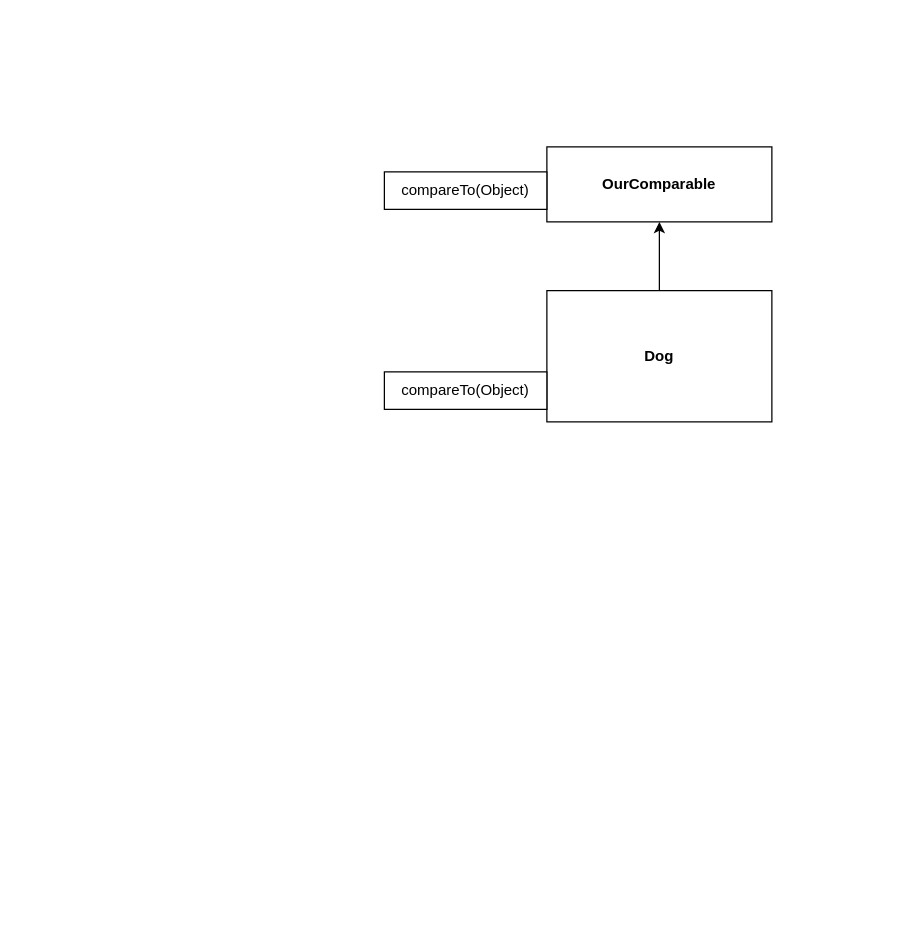
f2xiao/Java-learning keeps this draw.io diagram as Basics/Untitled Diagram.drawio. Above is the earlier version. Source tidied: cells renumbered, new cells numbered last; positions are measured from the earlier drawing's top-left corner, leaving out a move shared by most shapes. Both pictures are drawn from the tidied source at 125%, with x=0, y=0 at pixel (384, 146).
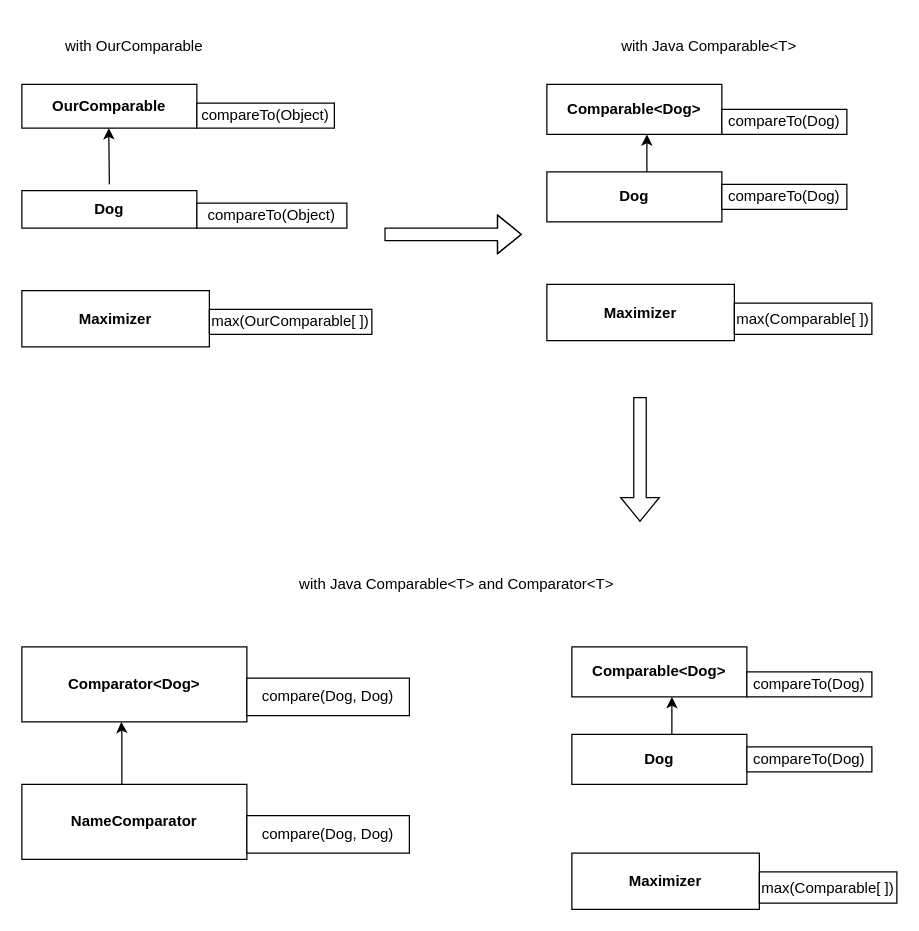
The same page after the edit.

Change to the diagram source:
```diff
@@
     <mxCell id="2" value="&lt;b&gt;OurComparable&lt;/b&gt;" style="rounded=0;whiteSpace=wrap;html=1;" parent="1" vertex="1">
-      <mxGeometry x="130" width="180" height="60" as="geometry" />
+      <mxGeometry x="-290" y="-50" width="140" height="35" as="geometry" />
     </mxCell>
     <mxCell id="3" value="&lt;span style=&quot;text-align: left&quot;&gt;compareTo(Object)&lt;/span&gt;" style="rounded=0;whiteSpace=wrap;html=1;" parent="1" vertex="1">
-      <mxGeometry y="20" width="130" height="30" as="geometry" />
+      <mxGeometry x="-150" y="-35" width="110" height="20" as="geometry" />
     </mxCell>
     <mxCell id="4" value="&lt;b&gt;Dog&lt;/b&gt;" style="rounded=0;whiteSpace=wrap;html=1;" parent="1" vertex="1">
-      <mxGeometry x="130" y="115" width="180" height="105" as="geometry" />
+      <mxGeometry x="130" y="20" width="140" height="40" as="geometry" />
     </mxCell>
-    <mxCell id="5" value="&lt;span style=&quot;text-align: left&quot;&gt;compareTo(Object)&lt;/span&gt;" style="rounded=0;whiteSpace=wrap;html=1;" parent="1" vertex="1">
-      <mxGeometry y="180" width="130" height="30" as="geometry" />
+    <mxCell id="5" value="&lt;span style=&quot;text-align: left&quot;&gt;compareTo(Dog)&lt;/span&gt;" style="rounded=0;whiteSpace=wrap;html=1;" parent="1" vertex="1">
+      <mxGeometry x="270" y="30" width="100" height="20" as="geometry" />
     </mxCell>
-    <mxCell id="6" style="endArrow=classic;html=1;rounded=0;entryX=0.5;entryY=1;entryDx=0;entryDy=0;exitX=0.5;exitY=0;exitDx=0;exitDy=0;" parent="1" edge="1" source="4" target="2">
-      <mxGeometry relative="1" as="geometry" />
-    </mxCell>
+    <mxCell id="7" value="&lt;b&gt;Comparable&amp;lt;Dog&amp;gt;&lt;/b&gt;" style="rounded=0;whiteSpace=wrap;html=1;" parent="1" vertex="1">
+      <mxGeometry x="130" y="-50" width="140" height="40" as="geometry" />
+    </mxCell>
+    <mxCell id="8" value="&lt;span style=&quot;text-align: left&quot;&gt;compareTo(Dog)&lt;/span&gt;" style="rounded=0;whiteSpace=wrap;html=1;" parent="1" vertex="1">
+      <mxGeometry x="270" y="-30" width="100" height="20" as="geometry" />
+    </mxCell>
+    <mxCell id="9" value="&lt;b&gt;Dog&lt;/b&gt;" style="rounded=0;whiteSpace=wrap;html=1;" parent="1" vertex="1">
+      <mxGeometry x="-290" y="35" width="140" height="30" as="geometry" />
+    </mxCell>
+    <mxCell id="10" value="&lt;span style=&quot;text-align: left&quot;&gt;compareTo(Object)&lt;/span&gt;" style="rounded=0;whiteSpace=wrap;html=1;" parent="1" vertex="1">
+      <mxGeometry x="-150" y="45" width="120" height="20" as="geometry" />
+    </mxCell>
+    <mxCell id="11" style="endArrow=classic;html=1;rounded=0;" parent="1" edge="1">
+      <mxGeometry relative="1" as="geometry">
+        <mxPoint x="-220" y="30" as="sourcePoint" />
+        <mxPoint x="-220.5" y="-15" as="targetPoint" />
+        <Array as="points">
+          <mxPoint x="-220.5" y="30" />
+        </Array>
+      </mxGeometry>
+    </mxCell>
+    <mxCell id="12" style="shape=flexArrow;endArrow=classic;html=1;rounded=0;" parent="1" edge="1">
+      <mxGeometry relative="1" as="geometry">
+        <mxPoint y="70" as="sourcePoint" />
+        <mxPoint x="110" y="70" as="targetPoint" />
+        <Array as="points">
+          <mxPoint x="10" y="70" />
+        </Array>
+      </mxGeometry>
+    </mxCell>
+    <mxCell id="13" value="with OurComparable" style="text;html=1;strokeColor=none;fillColor=none;align=center;verticalAlign=middle;whiteSpace=wrap;rounded=0;" parent="1" vertex="1">
+      <mxGeometry x="-260" y="-100" width="120" height="40" as="geometry" />
+    </mxCell>
+    <mxCell id="14" value="with Java Comparable&amp;lt;T&amp;gt;" style="text;html=1;strokeColor=none;fillColor=none;align=center;verticalAlign=middle;whiteSpace=wrap;rounded=0;" parent="1" vertex="1">
+      <mxGeometry x="180" y="-90" width="160" height="20" as="geometry" />
+    </mxCell>
+    <mxCell id="15" style="shape=flexArrow;endArrow=classic;html=1;rounded=0;" parent="1" edge="1">
+      <mxGeometry relative="1" as="geometry">
+        <mxPoint x="204.5" y="200" as="sourcePoint" />
+        <mxPoint x="204.5" y="300" as="targetPoint" />
+      </mxGeometry>
+    </mxCell>
+    <mxCell id="16" value="&lt;b&gt;Comparator&amp;lt;Dog&amp;gt;&lt;/b&gt;" style="rounded=0;whiteSpace=wrap;html=1;" parent="1" vertex="1">
+      <mxGeometry x="-290" y="400" width="180" height="60" as="geometry" />
+    </mxCell>
+    <mxCell id="17" value="&lt;span style=&quot;text-align: left&quot;&gt;compare(Dog, Dog)&lt;/span&gt;" style="rounded=0;whiteSpace=wrap;html=1;" parent="1" vertex="1">
+      <mxGeometry x="-110" y="425" width="130" height="30" as="geometry" />
+    </mxCell>
+    <mxCell id="18" value="&lt;b&gt;NameComparator&lt;/b&gt;" style="rounded=0;whiteSpace=wrap;html=1;" parent="1" vertex="1">
+      <mxGeometry x="-290" y="510" width="180" height="60" as="geometry" />
+    </mxCell>
+    <mxCell id="19" value="&lt;span style=&quot;text-align: left&quot;&gt;compare(Dog, Dog)&lt;/span&gt;" style="rounded=0;whiteSpace=wrap;html=1;" parent="1" vertex="1">
+      <mxGeometry x="-110" y="535" width="130" height="30" as="geometry" />
+    </mxCell>
+    <mxCell id="20" style="endArrow=classic;html=1;rounded=0;" parent="1" edge="1">
+      <mxGeometry relative="1" as="geometry">
+        <mxPoint x="-210" y="510" as="sourcePoint" />
+        <mxPoint x="-210.5" y="460" as="targetPoint" />
+        <Array as="points">
+          <mxPoint x="-210" y="470" />
+        </Array>
+      </mxGeometry>
+    </mxCell>
+    <mxCell id="21" style="endArrow=classic;html=1;rounded=0;" parent="1" edge="1">
+      <mxGeometry relative="1" as="geometry">
+        <mxPoint x="210" y="20" as="sourcePoint" />
+        <mxPoint x="210" y="-10" as="targetPoint" />
+      </mxGeometry>
+    </mxCell>
+    <mxCell id="22" value="&lt;b&gt;Maximizer&lt;/b&gt;" style="rounded=0;whiteSpace=wrap;html=1;" parent="1" vertex="1">
+      <mxGeometry x="130" y="110" width="150" height="45" as="geometry" />
+    </mxCell>
+    <mxCell id="23" value="&lt;span style=&quot;text-align: left&quot;&gt;max(Comparable[ ])&lt;/span&gt;" style="rounded=0;whiteSpace=wrap;html=1;" parent="1" vertex="1">
+      <mxGeometry x="280" y="125" width="110" height="25" as="geometry" />
+    </mxCell>
+    <mxCell id="24" value="&lt;b&gt;Maximizer&lt;/b&gt;" style="rounded=0;whiteSpace=wrap;html=1;" parent="1" vertex="1">
+      <mxGeometry x="-290" y="115" width="150" height="45" as="geometry" />
+    </mxCell>
+    <mxCell id="25" value="&lt;span style=&quot;text-align: left&quot;&gt;max(OurComparable[ ])&lt;/span&gt;" style="rounded=0;whiteSpace=wrap;html=1;" parent="1" vertex="1">
+      <mxGeometry x="-140" y="130" width="130" height="20" as="geometry" />
+    </mxCell>
+    <mxCell id="26" value="&lt;b&gt;Dog&lt;/b&gt;" style="rounded=0;whiteSpace=wrap;html=1;" parent="1" vertex="1">
+      <mxGeometry x="150" y="470" width="140" height="40" as="geometry" />
+    </mxCell>
+    <mxCell id="27" value="&lt;span style=&quot;text-align: left&quot;&gt;compareTo(Dog)&lt;/span&gt;" style="rounded=0;whiteSpace=wrap;html=1;" parent="1" vertex="1">
+      <mxGeometry x="290" y="480" width="100" height="20" as="geometry" />
+    </mxCell>
+    <mxCell id="28" value="&lt;b&gt;Comparable&amp;lt;Dog&amp;gt;&lt;/b&gt;" style="rounded=0;whiteSpace=wrap;html=1;" parent="1" vertex="1">
+      <mxGeometry x="150" y="400" width="140" height="40" as="geometry" />
+    </mxCell>
+    <mxCell id="29" value="&lt;span style=&quot;text-align: left&quot;&gt;compareTo(Dog)&lt;/span&gt;" style="rounded=0;whiteSpace=wrap;html=1;" parent="1" vertex="1">
+      <mxGeometry x="290" y="420" width="100" height="20" as="geometry" />
+    </mxCell>
+    <mxCell id="30" value="with Java Comparable&amp;lt;T&amp;gt; and Comparator&amp;lt;T&amp;gt;" style="text;html=1;strokeColor=none;fillColor=none;align=center;verticalAlign=middle;whiteSpace=wrap;rounded=0;" parent="1" vertex="1">
+      <mxGeometry x="-110" y="340" width="336" height="20" as="geometry" />
+    </mxCell>
+    <mxCell id="31" style="endArrow=classic;html=1;rounded=0;" parent="1" edge="1">
+      <mxGeometry relative="1" as="geometry">
+        <mxPoint x="230" y="470" as="sourcePoint" />
+        <mxPoint x="230" y="440" as="targetPoint" />
+      </mxGeometry>
+    </mxCell>
+    <mxCell id="32" value="&lt;b&gt;Maximizer&lt;/b&gt;" style="rounded=0;whiteSpace=wrap;html=1;" parent="1" vertex="1">
+      <mxGeometry x="150" y="565" width="150" height="45" as="geometry" />
+    </mxCell>
+    <mxCell id="33" value="&lt;span style=&quot;text-align: left&quot;&gt;max(Comparable[ ])&lt;/span&gt;" style="rounded=0;whiteSpace=wrap;html=1;" parent="1" vertex="1">
+      <mxGeometry x="300" y="580" width="110" height="25" as="geometry" />
+    </mxCell>
```
